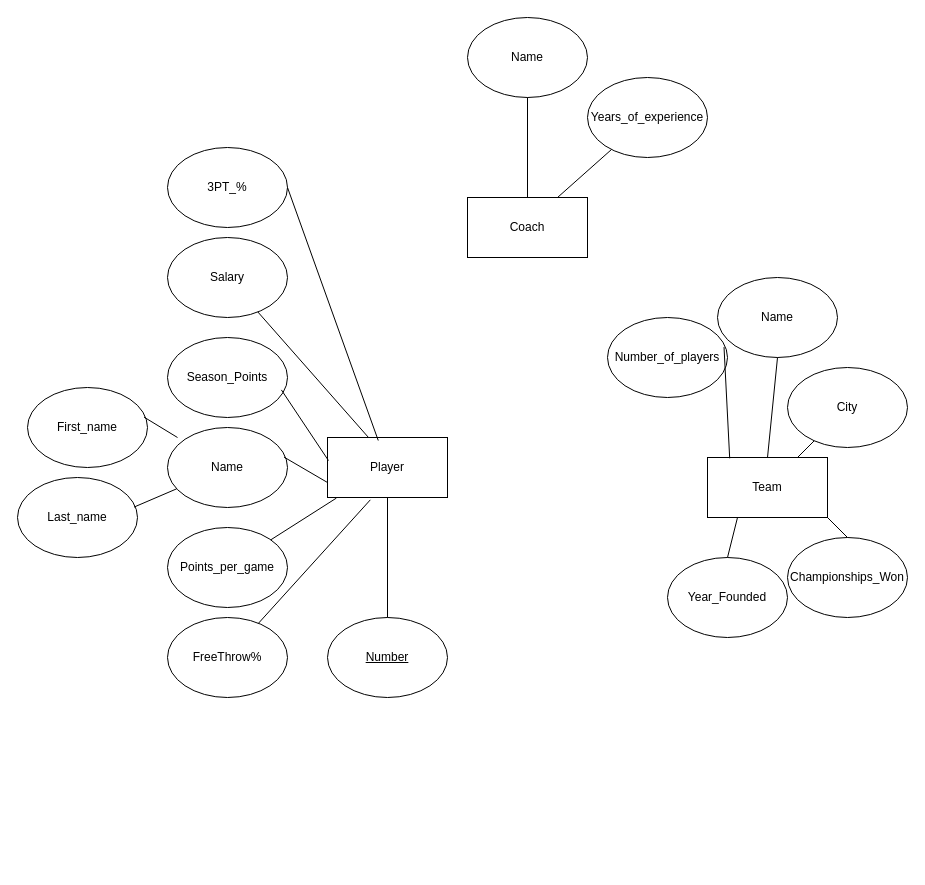
This is Untitled Diagram.drawio from Enzeiei/Kirai-tte, a draw.io file, before an edit. Source tidied: cells renumbered, new cells numbered last; positions are measured from the earlier drawing's top-left corner, leaving out a move shared by most shapes. Both pictures are drawn from the tidied source at 100%, with x=0, y=0 at pixel (17, 17).
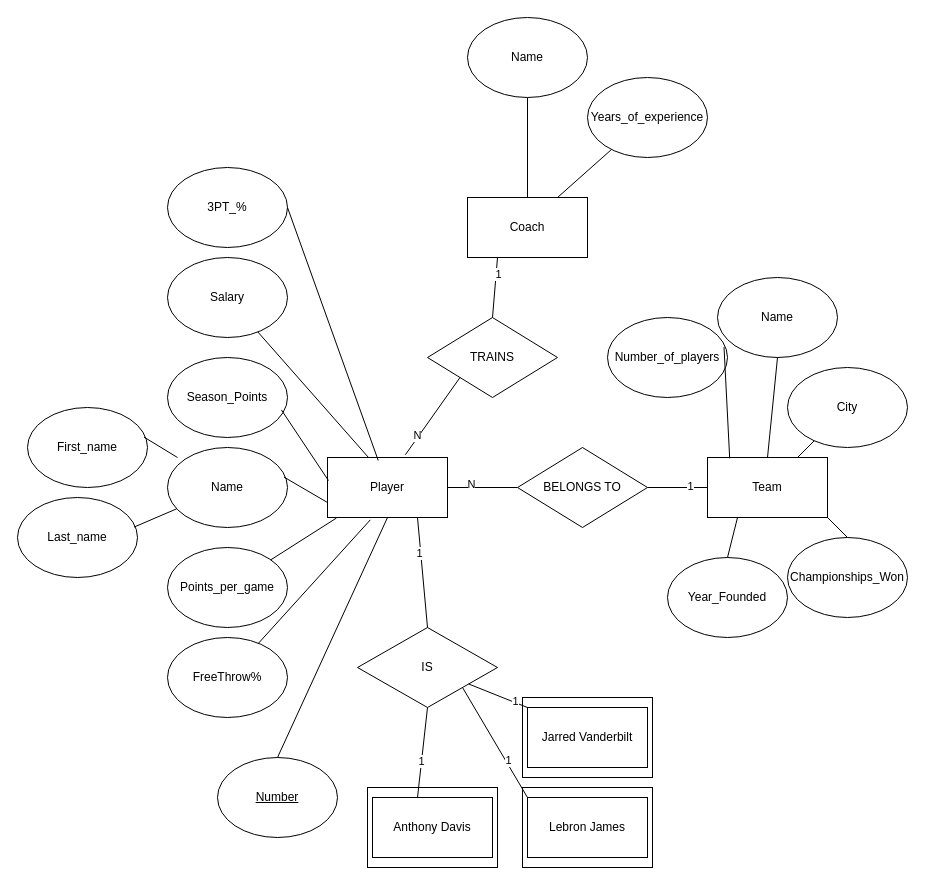
Above is the later version.

Unchanged cells that the change refers to:
```xml
<mxCell id="21" value="Team" style="rounded=0;whiteSpace=wrap;html=1;" parent="1" vertex="1">
  <mxGeometry x="690" y="440" width="120" height="60" as="geometry" />
</mxCell>
<mxCell id="32" value="Coach" style="rounded=0;whiteSpace=wrap;html=1;" parent="1" vertex="1">
  <mxGeometry x="450" y="180" width="120" height="60" as="geometry" />
</mxCell>
```

The edit, as a diff of the source:
```diff
@@
+    <mxCell id="37" style="rounded=0;whiteSpace=wrap;html=1;" parent="1" vertex="1">
+      <mxGeometry x="505" y="770" width="130" height="80" as="geometry" />
+    </mxCell>
+    <mxCell id="38" style="rounded=0;whiteSpace=wrap;html=1;" parent="1" vertex="1">
+      <mxGeometry x="505" y="680" width="130" height="80" as="geometry" />
+    </mxCell>
+    <mxCell id="39" style="rounded=0;whiteSpace=wrap;html=1;" parent="1" vertex="1">
+      <mxGeometry x="350" y="770" width="130" height="80" as="geometry" />
+    </mxCell>
     <mxCell id="2" value="Player" style="rounded=0;whiteSpace=wrap;html=1;" parent="1" vertex="1">
-      <mxGeometry x="310" y="420" width="120" height="60" as="geometry" />
+      <mxGeometry x="310" y="440" width="120" height="60" as="geometry" />
     </mxCell>
     <mxCell id="3" value="Name" style="ellipse;whiteSpace=wrap;html=1;" parent="1" vertex="1">
-      <mxGeometry x="150" y="410" width="120" height="80" as="geometry" />
+      <mxGeometry x="150" y="430" width="120" height="80" as="geometry" />
     </mxCell>
     <mxCell id="4" value="Season_Points" style="ellipse;whiteSpace=wrap;html=1;" parent="1" vertex="1">
-      <mxGeometry x="150" y="320" width="120" height="80" as="geometry" />
+      <mxGeometry x="150" y="340" width="120" height="80" as="geometry" />
     </mxCell>
     <mxCell id="5" value="Salary" style="ellipse;whiteSpace=wrap;html=1;" parent="1" vertex="1">
-      <mxGeometry x="150" y="220" width="120" height="80" as="geometry" />
+      <mxGeometry x="150" y="240" width="120" height="80" as="geometry" />
     </mxCell>
     <mxCell id="6" value="Points_per_game" style="ellipse;whiteSpace=wrap;html=1;" parent="1" vertex="1">
-      <mxGeometry x="150" y="510" width="120" height="80" as="geometry" />
+      <mxGeometry x="150" y="530" width="120" height="80" as="geometry" />
     </mxCell>
     <mxCell id="7" value="FreeThrow%" style="ellipse;whiteSpace=wrap;html=1;" parent="1" vertex="1">
-      <mxGeometry x="150" y="600" width="120" height="80" as="geometry" />
+      <mxGeometry x="150" y="620" width="120" height="80" as="geometry" />
     </mxCell>
     <mxCell id="8" value="3PT_%" style="ellipse;whiteSpace=wrap;html=1;" parent="1" vertex="1">
-      <mxGeometry x="150" y="130" width="120" height="80" as="geometry" />
+      <mxGeometry x="150" y="150" width="120" height="80" as="geometry" />
     </mxCell>
@@
     <mxCell id="10" style="endArrow=none;html=1;rounded=0;exitX=0.423;exitY=0.05;exitDx=0;exitDy=0;exitPerimeter=0;" parent="1" edge="1" target="5">
       <mxGeometry relative="1" as="geometry">
-        <mxPoint x="351" y="420" as="sourcePoint" />
+        <mxPoint x="351" y="440" as="sourcePoint" />
       </mxGeometry>
     </mxCell>
@@
     <mxCell id="15" value="&lt;u&gt;Number&lt;/u&gt;" style="ellipse;whiteSpace=wrap;html=1;" parent="1" vertex="1">
-      <mxGeometry x="310" y="600" width="120" height="80" as="geometry" />
+      <mxGeometry x="200" y="740" width="120" height="80" as="geometry" />
     </mxCell>
@@
     <mxCell id="17" value="Last_name" style="ellipse;whiteSpace=wrap;html=1;" parent="1" vertex="1">
-      <mxGeometry y="460" width="120" height="80" as="geometry" />
+      <mxGeometry y="480" width="120" height="80" as="geometry" />
     </mxCell>
@@
     <mxCell id="19" value="First_name" style="ellipse;whiteSpace=wrap;html=1;" parent="1" vertex="1">
-      <mxGeometry x="10" y="370" width="120" height="80" as="geometry" />
+      <mxGeometry x="10" y="390" width="120" height="80" as="geometry" />
     </mxCell>
     <mxCell id="20" style="endArrow=none;html=1;rounded=0;entryX=0.971;entryY=0.37;entryDx=0;entryDy=0;entryPerimeter=0;" parent="1" edge="1" target="19">
       <mxGeometry relative="1" as="geometry">
-        <mxPoint x="160" y="420" as="sourcePoint" />
+        <mxPoint x="160" y="440" as="sourcePoint" />
       </mxGeometry>
     </mxCell>
@@
+    <mxCell id="40" value="BELONGS TO" style="rhombus;whiteSpace=wrap;html=1;" parent="1" vertex="1">
+      <mxGeometry x="500" y="430" width="130" height="80" as="geometry" />
+    </mxCell>
+    <mxCell id="41" style="endArrow=none;html=1;rounded=0;exitX=1;exitY=0.5;exitDx=0;exitDy=0;" parent="1" edge="1" source="2" target="40">
+      <mxGeometry relative="1" as="geometry" />
+    </mxCell>
+    <mxCell id="42" value="N" style="edgeLabel;html=1;align=center;verticalAlign=middle;" parent="41" vertex="1">
+      <mxGeometry x="-0.35" y="4" relative="1" as="geometry" />
+    </mxCell>
+    <mxCell id="43" style="endArrow=none;html=1;rounded=0;exitX=1;exitY=0.5;exitDx=0;exitDy=0;entryX=0;entryY=0.5;entryDx=0;entryDy=0;" parent="1" edge="1" source="40" target="21">
+      <mxGeometry relative="1" as="geometry" />
+    </mxCell>
+    <mxCell id="44" value="1" style="edgeLabel;html=1;align=center;verticalAlign=middle;" parent="43" vertex="1">
+      <mxGeometry x="0.4" y="2" relative="1" as="geometry" />
+    </mxCell>
+    <mxCell id="45" value="TRAINS" style="rhombus;whiteSpace=wrap;html=1;" parent="1" vertex="1">
+      <mxGeometry x="410" y="300" width="130" height="80" as="geometry" />
+    </mxCell>
+    <mxCell id="46" style="endArrow=none;html=1;rounded=0;exitX=0.5;exitY=0;exitDx=0;exitDy=0;entryX=0.25;entryY=1;entryDx=0;entryDy=0;" parent="1" edge="1" source="45" target="32">
+      <mxGeometry relative="1" as="geometry" />
+    </mxCell>
+    <mxCell id="47" value="1" style="edgeLabel;html=1;align=center;verticalAlign=middle;" parent="46" vertex="1">
+      <mxGeometry x="0.47" y="-2" relative="1" as="geometry" />
+    </mxCell>
+    <mxCell id="48" style="endArrow=none;html=1;rounded=0;exitX=0.649;exitY=-0.046;exitDx=0;exitDy=0;exitPerimeter=0;entryX=0;entryY=1;entryDx=0;entryDy=0;" parent="1" edge="1" source="2" target="45">
+      <mxGeometry relative="1" as="geometry" />
+    </mxCell>
+    <mxCell id="49" value="N" style="edgeLabel;html=1;align=center;verticalAlign=middle;" parent="48" vertex="1">
+      <mxGeometry x="-0.51" y="2" relative="1" as="geometry" />
+    </mxCell>
+    <mxCell id="50" value="Anthony Davis" style="rounded=0;whiteSpace=wrap;html=1;" parent="1" vertex="1">
+      <mxGeometry x="355" y="780" width="120" height="60" as="geometry" />
+    </mxCell>
+    <mxCell id="51" value="Lebron James" style="rounded=0;whiteSpace=wrap;html=1;" parent="1" vertex="1">
+      <mxGeometry x="510" y="780" width="120" height="60" as="geometry" />
+    </mxCell>
+    <mxCell id="52" value="Jarred Vanderbilt" style="rounded=0;whiteSpace=wrap;html=1;" parent="1" vertex="1">
+      <mxGeometry x="510" y="690" width="120" height="60" as="geometry" />
+    </mxCell>
+    <mxCell id="53" value="IS" style="rhombus;whiteSpace=wrap;html=1;" parent="1" vertex="1">
+      <mxGeometry x="340" y="610" width="140" height="80" as="geometry" />
+    </mxCell>
+    <mxCell id="54" style="endArrow=none;html=1;rounded=0;exitX=0;exitY=0;exitDx=0;exitDy=0;entryX=1;entryY=1;entryDx=0;entryDy=0;" parent="1" edge="1" source="51" target="53">
+      <mxGeometry relative="1" as="geometry" />
+    </mxCell>
+    <mxCell id="55" value="1" style="edgeLabel;html=1;align=center;verticalAlign=middle;" parent="54" vertex="1">
+      <mxGeometry x="-0.34" y="-2" relative="1" as="geometry" />
+    </mxCell>
+    <mxCell id="56" style="endArrow=none;html=1;rounded=0;exitX=0.75;exitY=1;exitDx=0;exitDy=0;entryX=0.5;entryY=0;entryDx=0;entryDy=0;" parent="1" edge="1" source="2" target="53">
+      <mxGeometry relative="1" as="geometry" />
+    </mxCell>
+    <mxCell id="57" value="1" style="edgeLabel;html=1;align=center;verticalAlign=middle;" parent="56" vertex="1">
+      <mxGeometry x="-0.37" y="-2" relative="1" as="geometry" />
+    </mxCell>
+    <mxCell id="58" style="endArrow=none;html=1;rounded=0;entryX=0;entryY=0;entryDx=0;entryDy=0;" parent="1" edge="1" source="53" target="52">
+      <mxGeometry relative="1" as="geometry" />
+    </mxCell>
+    <mxCell id="59" value="1" style="edgeLabel;html=1;align=center;verticalAlign=middle;" parent="58" vertex="1">
+      <mxGeometry x="0.54" y="1" relative="1" as="geometry" />
+    </mxCell>
+    <mxCell id="60" style="endArrow=none;html=1;rounded=0;exitX=0.375;exitY=0;exitDx=0;exitDy=0;exitPerimeter=0;entryX=0.5;entryY=1;entryDx=0;entryDy=0;" parent="1" edge="1" source="50" target="53">
+      <mxGeometry relative="1" as="geometry" />
+    </mxCell>
+    <mxCell id="61" value="1" style="edgeLabel;html=1;align=center;verticalAlign=middle;" parent="60" vertex="1">
+      <mxGeometry x="-0.19" y="1" relative="1" as="geometry" />
+    </mxCell>
```
